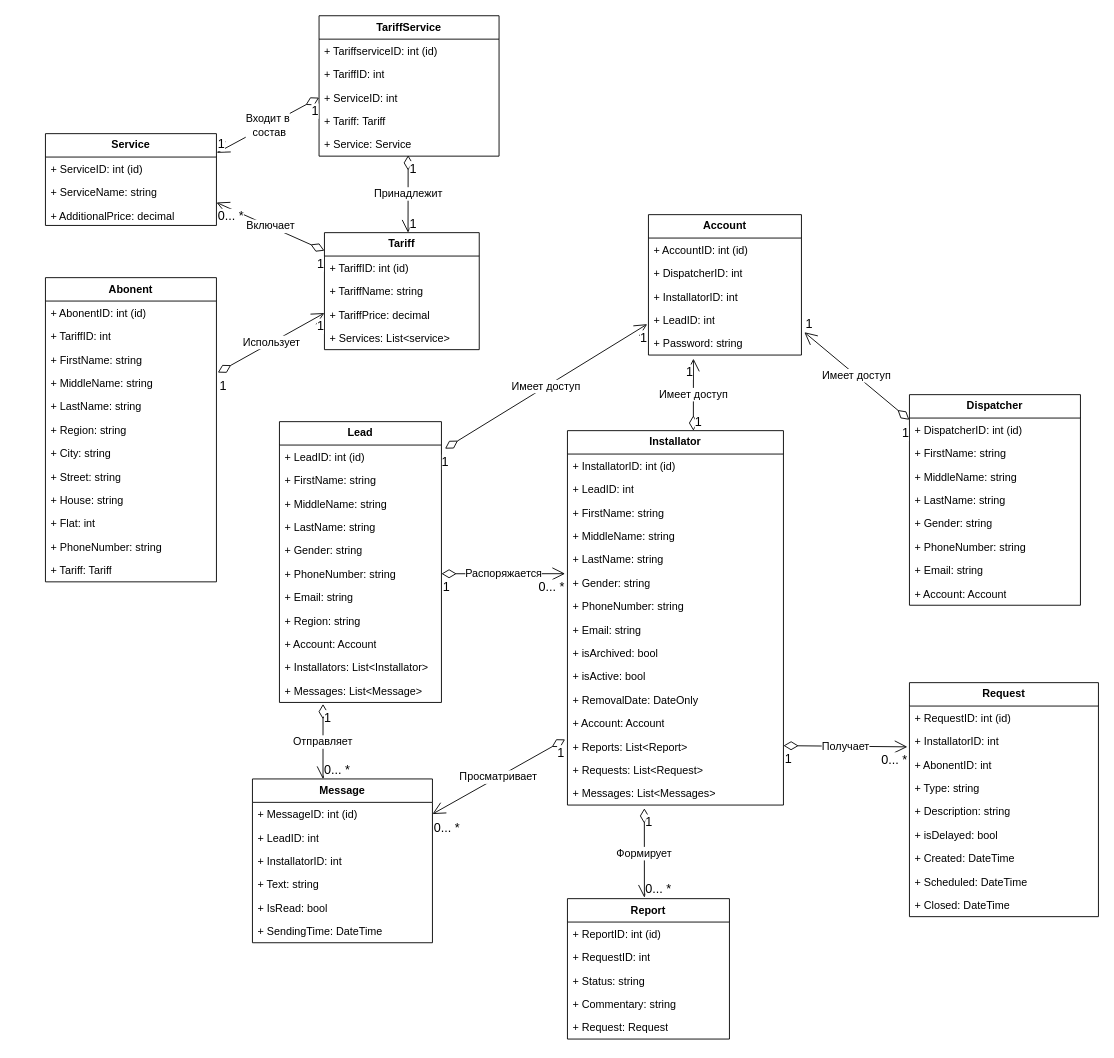
The draw.io diagram doc/Диаграммы/Class Diagram.drawio in LavruhinMax/Diplom, before the edit. Source tidied: cells renumbered, new cells numbered last; positions are measured from the earlier drawing's top-left corner, leaving out a move shared by most shapes. Both pictures are drawn from the tidied source at 90%, with x=0, y=0 at pixel (45, 15).
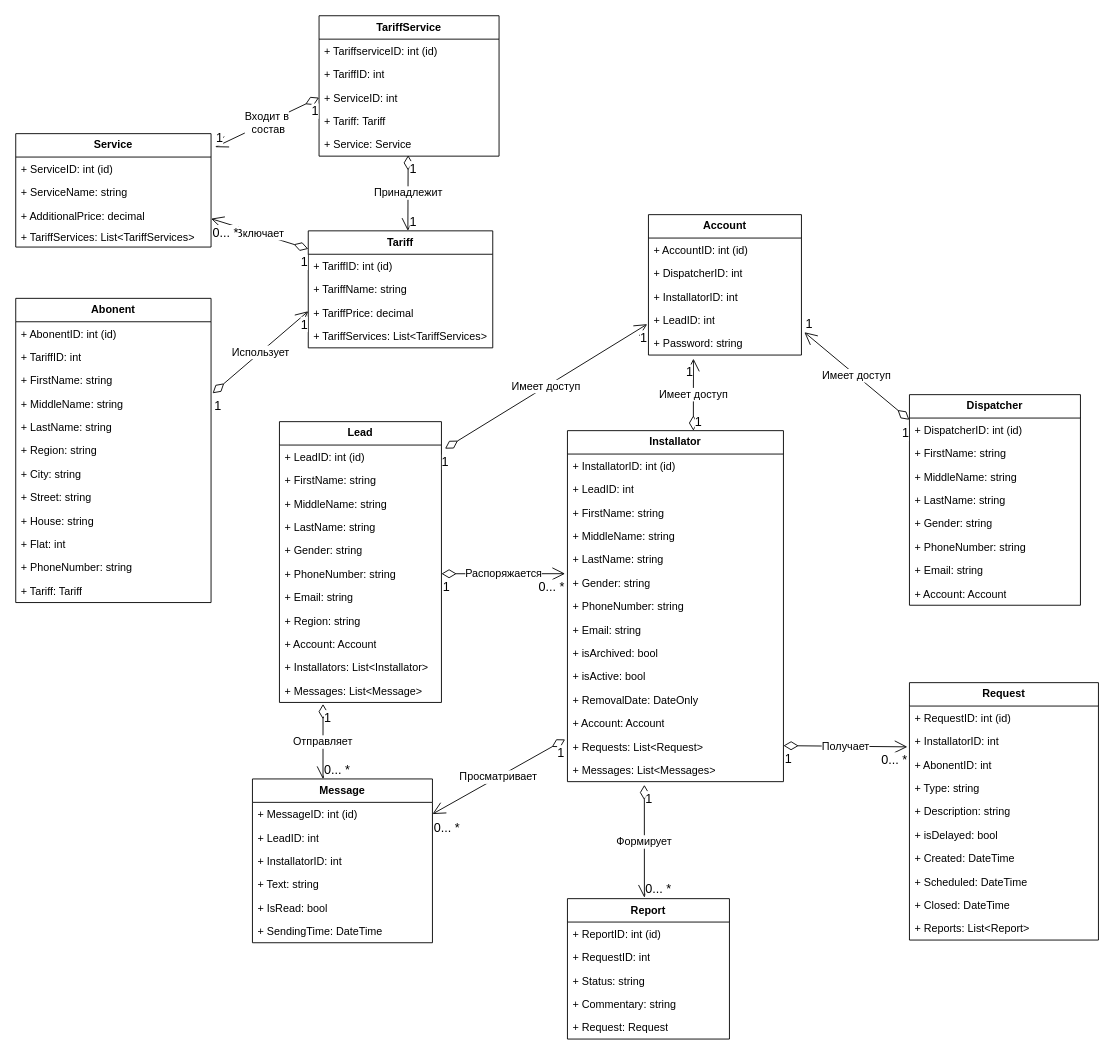
The same page after the edit.

The change refers to these unchanged cells:
```xml
<mxCell id="59" value="+ MessageID: int (id)" style="text;strokeColor=none;fillColor=none;align=left;verticalAlign=top;spacingLeft=4;spacingRight=4;overflow=hidden;points=[[0,0.5],[1,0.5]];portConstraint=eastwest;whiteSpace=wrap;html=1;" parent="58" vertex="1">
  <mxGeometry y="26" width="200" height="26" as="geometry" />
</mxCell>
<mxCell id="93" value="+ ServiceID: int" style="text;strokeColor=none;fillColor=none;align=left;verticalAlign=top;spacingLeft=4;spacingRight=4;overflow=hidden;points=[[0,0.5],[1,0.5]];portConstraint=eastwest;whiteSpace=wrap;html=1;" parent="90" vertex="1">
  <mxGeometry y="78" width="200" height="26" as="geometry" />
</mxCell>
```

The edit, as a diff of the source:
```diff
@@
     <mxCell id="2" value="Abonent" style="swimlane;fontStyle=1;horizontal=1;startSize=26;fillColor=none;whiteSpace=wrap;html=1;fontSize=12;" parent="1" vertex="1">
-      <mxGeometry y="291" width="190" height="338" as="geometry" />
+      <mxGeometry x="-33" y="314" width="217" height="338" as="geometry" />
     </mxCell>
     <mxCell id="3" value="+ AbonentID: int (id)" style="text;strokeColor=none;fillColor=none;align=left;verticalAlign=top;spacingLeft=4;spacingRight=4;overflow=hidden;whiteSpace=wrap;html=1;" parent="2" vertex="1">
-      <mxGeometry y="26" width="190" height="26" as="geometry" />
+      <mxGeometry y="26" width="217" height="26" as="geometry" />
     </mxCell>
     <mxCell id="4" value="+ TariffID: int" style="text;strokeColor=none;fillColor=none;align=left;verticalAlign=top;spacingLeft=4;spacingRight=4;overflow=hidden;whiteSpace=wrap;html=1;" parent="2" vertex="1">
-      <mxGeometry y="52" width="190" height="26" as="geometry" />
+      <mxGeometry y="52" width="217" height="26" as="geometry" />
     </mxCell>
     <mxCell id="5" value="+ FirstName: string" style="text;strokeColor=none;fillColor=none;align=left;verticalAlign=top;spacingLeft=4;spacingRight=4;overflow=hidden;whiteSpace=wrap;html=1;" parent="2" vertex="1">
-      <mxGeometry y="78" width="190" height="26" as="geometry" />
+      <mxGeometry y="78" width="217" height="26" as="geometry" />
     </mxCell>
     <mxCell id="6" value="+ MiddleName: string" style="text;strokeColor=none;fillColor=none;align=left;verticalAlign=top;spacingLeft=4;spacingRight=4;overflow=hidden;points=[[0,0.5],[1,0.5]];portConstraint=eastwest;whiteSpace=wrap;html=1;" parent="2" vertex="1">
-      <mxGeometry y="104" width="190" height="26" as="geometry" />
+      <mxGeometry y="104" width="217" height="26" as="geometry" />
     </mxCell>
     <mxCell id="7" value="+ LastName: string" style="text;strokeColor=none;fillColor=none;align=left;verticalAlign=top;spacingLeft=4;spacingRight=4;overflow=hidden;whiteSpace=wrap;html=1;" parent="2" vertex="1">
-      <mxGeometry y="130" width="190" height="26" as="geometry" />
+      <mxGeometry y="130" width="217" height="26" as="geometry" />
     </mxCell>
     <mxCell id="8" value="+ Region: string" style="text;strokeColor=none;fillColor=none;align=left;verticalAlign=top;spacingLeft=4;spacingRight=4;overflow=hidden;whiteSpace=wrap;html=1;" parent="2" vertex="1">
-      <mxGeometry y="156" width="190" height="26" as="geometry" />
+      <mxGeometry y="156" width="217" height="26" as="geometry" />
     </mxCell>
     <mxCell id="9" value="+ City: string" style="text;strokeColor=none;fillColor=none;align=left;verticalAlign=top;spacingLeft=4;spacingRight=4;overflow=hidden;whiteSpace=wrap;html=1;" parent="2" vertex="1">
-      <mxGeometry y="182" width="190" height="26" as="geometry" />
+      <mxGeometry y="182" width="217" height="26" as="geometry" />
     </mxCell>
     <mxCell id="10" value="+ Street: string" style="text;strokeColor=none;fillColor=none;align=left;verticalAlign=top;spacingLeft=4;spacingRight=4;overflow=hidden;whiteSpace=wrap;html=1;" parent="2" vertex="1">
-      <mxGeometry y="208" width="190" height="26" as="geometry" />
+      <mxGeometry y="208" width="217" height="26" as="geometry" />
     </mxCell>
     <mxCell id="11" value="+ House: string" style="text;strokeColor=none;fillColor=none;align=left;verticalAlign=top;spacingLeft=4;spacingRight=4;overflow=hidden;whiteSpace=wrap;html=1;" parent="2" vertex="1">
-      <mxGeometry y="234" width="190" height="26" as="geometry" />
+      <mxGeometry y="234" width="217" height="26" as="geometry" />
     </mxCell>
     <mxCell id="12" value="+ Flat: int" style="text;strokeColor=none;fillColor=none;align=left;verticalAlign=top;spacingLeft=4;spacingRight=4;overflow=hidden;whiteSpace=wrap;html=1;" parent="2" vertex="1">
-      <mxGeometry y="260" width="190" height="26" as="geometry" />
+      <mxGeometry y="260" width="217" height="26" as="geometry" />
     </mxCell>
     <mxCell id="13" value="+ PhoneNumber: string" style="text;strokeColor=none;fillColor=none;align=left;verticalAlign=top;spacingLeft=4;spacingRight=4;overflow=hidden;whiteSpace=wrap;html=1;" parent="2" vertex="1">
-      <mxGeometry y="286" width="190" height="26" as="geometry" />
+      <mxGeometry y="286" width="217" height="26" as="geometry" />
     </mxCell>
     <mxCell id="14" value="+ Tariff: Tariff" style="text;strokeColor=none;fillColor=none;align=left;verticalAlign=top;spacingLeft=4;spacingRight=4;overflow=hidden;whiteSpace=wrap;html=1;" parent="2" vertex="1">
-      <mxGeometry y="312" width="190" height="26" as="geometry" />
+      <mxGeometry y="312" width="217" height="26" as="geometry" />
     </mxCell>
@@
     <mxCell id="30" value="Installator" style="swimlane;fontStyle=1;horizontal=1;startSize=26;fillColor=none;whiteSpace=wrap;html=1;fontSize=12;" parent="1" vertex="1">
-      <mxGeometry x="580" y="461" width="240" height="416" as="geometry" />
+      <mxGeometry x="580" y="461" width="240" height="390" as="geometry" />
     </mxCell>
@@
-    <mxCell id="43" value="+ Reports: List&amp;lt;Report&amp;gt;" style="text;strokeColor=none;fillColor=none;align=left;verticalAlign=top;spacingLeft=4;spacingRight=4;overflow=hidden;points=[[0,0.5],[1,0.5]];portConstraint=eastwest;whiteSpace=wrap;html=1;" parent="30" vertex="1">
-      <mxGeometry y="338" width="240" height="26" as="geometry" />
-    </mxCell>
     <mxCell id="44" value="+ Requests: List&amp;lt;Request&amp;gt;" style="text;strokeColor=none;fillColor=none;align=left;verticalAlign=top;spacingLeft=4;spacingRight=4;overflow=hidden;whiteSpace=wrap;html=1;" parent="30" vertex="1">
-      <mxGeometry y="364" width="240" height="26" as="geometry" />
+      <mxGeometry y="338" width="240" height="26" as="geometry" />
     </mxCell>
     <mxCell id="45" value="+ Messages: List&amp;lt;Messages&amp;gt;" style="text;strokeColor=none;fillColor=none;align=left;verticalAlign=top;spacingLeft=4;spacingRight=4;overflow=hidden;points=[[0,0.5],[1,0.5]];portConstraint=eastwest;whiteSpace=wrap;html=1;" parent="30" vertex="1">
-      <mxGeometry y="390" width="240" height="26" as="geometry" />
+      <mxGeometry y="364" width="240" height="26" as="geometry" />
     </mxCell>
@@
     <mxCell id="71" value="Request" style="swimlane;fontStyle=1;horizontal=1;startSize=26;fillColor=none;whiteSpace=wrap;html=1;fontSize=12;" parent="1" vertex="1">
-      <mxGeometry x="960" y="741" width="210" height="260" as="geometry" />
+      <mxGeometry x="960" y="741" width="210" height="286" as="geometry" />
     </mxCell>
@@
+    <mxCell id="43" value="+ Reports: List&amp;lt;Report&amp;gt;" style="text;strokeColor=none;fillColor=none;align=left;verticalAlign=top;spacingLeft=4;spacingRight=4;overflow=hidden;points=[[0,0.5],[1,0.5]];portConstraint=eastwest;whiteSpace=wrap;html=1;" parent="71" vertex="1">
+      <mxGeometry y="260" width="210" height="26" as="geometry" />
+    </mxCell>
     <mxCell id="81" value="Service" style="swimlane;fontStyle=1;horizontal=1;startSize=26;fillColor=none;whiteSpace=wrap;html=1;fontSize=12;" parent="1" vertex="1">
-      <mxGeometry y="131" width="190" height="102" as="geometry" />
+      <mxGeometry x="-33" y="131" width="217" height="126" as="geometry" />
     </mxCell>
     <mxCell id="82" value="+ ServiceID: int (id)" style="text;strokeColor=none;fillColor=none;align=left;verticalAlign=top;spacingLeft=4;spacingRight=4;overflow=hidden;whiteSpace=wrap;html=1;" parent="81" vertex="1">
-      <mxGeometry y="26" width="190" height="26" as="geometry" />
+      <mxGeometry y="26" width="217" height="26" as="geometry" />
     </mxCell>
     <mxCell id="83" value="+ ServiceName: string" style="text;strokeColor=none;fillColor=none;align=left;verticalAlign=top;spacingLeft=4;spacingRight=4;overflow=hidden;whiteSpace=wrap;html=1;" parent="81" vertex="1">
-      <mxGeometry y="52" width="190" height="26" as="geometry" />
+      <mxGeometry y="52" width="217" height="26" as="geometry" />
     </mxCell>
     <mxCell id="84" value="+ AdditionalPrice: decimal" style="text;strokeColor=none;fillColor=none;align=left;verticalAlign=top;spacingLeft=4;spacingRight=4;overflow=hidden;whiteSpace=wrap;html=1;" parent="81" vertex="1">
-      <mxGeometry y="78" width="190" height="24" as="geometry" />
+      <mxGeometry y="78" width="217" height="24" as="geometry" />
     </mxCell>
+    <mxCell id="132" value="+ TariffServices: List&amp;lt;TariffServices&amp;gt;&amp;nbsp;" style="text;strokeColor=none;fillColor=none;align=left;verticalAlign=top;spacingLeft=4;spacingRight=4;overflow=hidden;whiteSpace=wrap;html=1;" parent="81" vertex="1">
+      <mxGeometry y="102" width="217" height="24" as="geometry" />
+    </mxCell>
     <mxCell id="85" value="Tariff" style="swimlane;fontStyle=1;horizontal=1;startSize=26;fillColor=none;whiteSpace=wrap;html=1;fontSize=12;" parent="1" vertex="1">
-      <mxGeometry x="310" y="241" width="172" height="130" as="geometry" />
+      <mxGeometry x="292" y="239" width="205" height="130" as="geometry" />
     </mxCell>
     <mxCell id="86" value="+ TariffID: int (id)" style="text;strokeColor=none;fillColor=none;align=left;verticalAlign=top;spacingLeft=4;spacingRight=4;overflow=hidden;whiteSpace=wrap;html=1;" parent="85" vertex="1">
-      <mxGeometry y="26" width="172" height="26" as="geometry" />
+      <mxGeometry y="26" width="205" height="26" as="geometry" />
     </mxCell>
     <mxCell id="87" value="+ TariffName: string" style="text;strokeColor=none;fillColor=none;align=left;verticalAlign=top;spacingLeft=4;spacingRight=4;overflow=hidden;whiteSpace=wrap;html=1;" parent="85" vertex="1">
-      <mxGeometry y="52" width="172" height="26" as="geometry" />
+      <mxGeometry y="52" width="205" height="26" as="geometry" />
     </mxCell>
     <mxCell id="88" value="+ TariffPrice: decimal" style="text;strokeColor=none;fillColor=none;align=left;verticalAlign=top;spacingLeft=4;spacingRight=4;overflow=hidden;points=[[0,0.5],[1,0.5]];portConstraint=eastwest;whiteSpace=wrap;html=1;" parent="85" vertex="1">
-      <mxGeometry y="78" width="172" height="26" as="geometry" />
+      <mxGeometry y="78" width="205" height="26" as="geometry" />
     </mxCell>
-    <mxCell id="89" value="+ Services: List&amp;lt;service&amp;gt;" style="text;strokeColor=none;fillColor=none;align=left;verticalAlign=top;spacingLeft=4;spacingRight=4;overflow=hidden;whiteSpace=wrap;html=1;" parent="85" vertex="1">
-      <mxGeometry y="104" width="172" height="26" as="geometry" />
+    <mxCell id="89" value="+ TariffServices: List&amp;lt;TariffServices&amp;gt;" style="text;strokeColor=none;fillColor=none;align=left;verticalAlign=top;spacingLeft=4;spacingRight=4;overflow=hidden;whiteSpace=wrap;html=1;" parent="85" vertex="1">
+      <mxGeometry y="104" width="205" height="26" as="geometry" />
     </mxCell>
@@
-    <mxCell id="117" value="Входит в&lt;div&gt;&amp;nbsp;состав&lt;/div&gt;" style="endArrow=open;html=1;endSize=12;startArrow=diamondThin;startSize=14;startFill=0;rounded=0;fontSize=12;exitX=0;exitY=0.5;exitDx=0;exitDy=0;entryX=1.002;entryY=0.209;entryDx=0;entryDy=0;entryPerimeter=0;" parent="1" edge="1" source="93" target="81">
+    <mxCell id="117" value="Входит в&lt;div&gt;&amp;nbsp;состав&lt;/div&gt;" style="endArrow=open;html=1;endSize=12;startArrow=diamondThin;startSize=14;startFill=0;rounded=0;fontSize=12;exitX=0;exitY=0.5;exitDx=0;exitDy=0;entryX=1.021;entryY=0.119;entryDx=0;entryDy=0;entryPerimeter=0;" parent="1" edge="1" source="93" target="81">
       <mxGeometry relative="1" as="geometry" />
     </mxCell>
@@
-    <mxCell id="123" value="Просматривает" style="endArrow=open;html=1;endSize=12;startArrow=diamondThin;startSize=14;startFill=0;rounded=0;fontSize=12;exitX=-0.011;exitY=0.195;exitDx=0;exitDy=0;entryX=1;entryY=0.5;entryDx=0;entryDy=0;exitPerimeter=0;" parent="1" edge="1" source="43" target="59">
-      <mxGeometry relative="1" as="geometry" />
+    <mxCell id="123" value="Просматривает" style="endArrow=open;html=1;endSize=12;startArrow=diamondThin;startSize=14;startFill=0;rounded=0;fontSize=12;exitX=-0.011;exitY=0.195;exitDx=0;exitDy=0;entryX=1;entryY=0.5;entryDx=0;entryDy=0;exitPerimeter=0;" parent="1" edge="1" target="59">
+      <mxGeometry relative="1" as="geometry">
+        <mxPoint x="577.4" y="804.1" as="sourcePoint" />
+      </mxGeometry>
     </mxCell>
```
